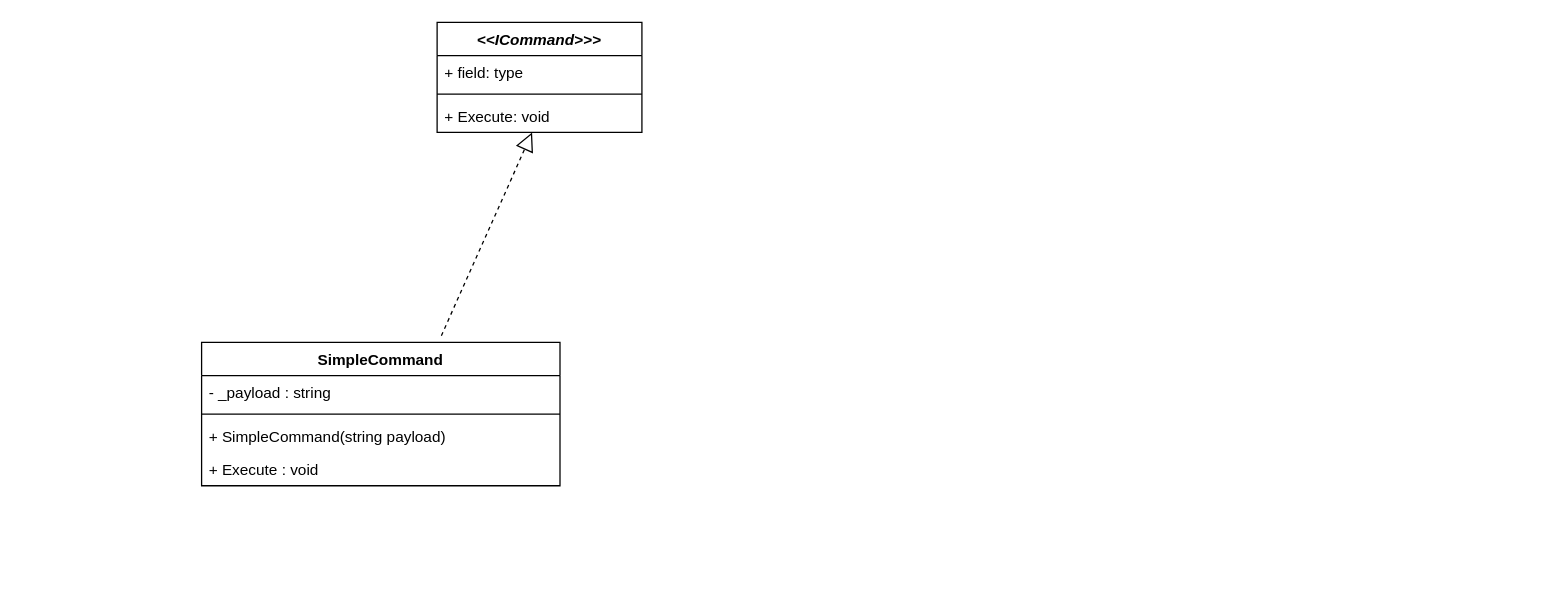
This is Command.drawio from QAQSly/QAQSly, a draw.io file, before an edit. Source tidied: cells renumbered, new cells numbered last; positions are measured from the earlier drawing's top-left corner, leaving out a move shared by most shapes. Both pictures are drawn from the tidied source at 128%, with x=0, y=0 at pixel (201, 22).
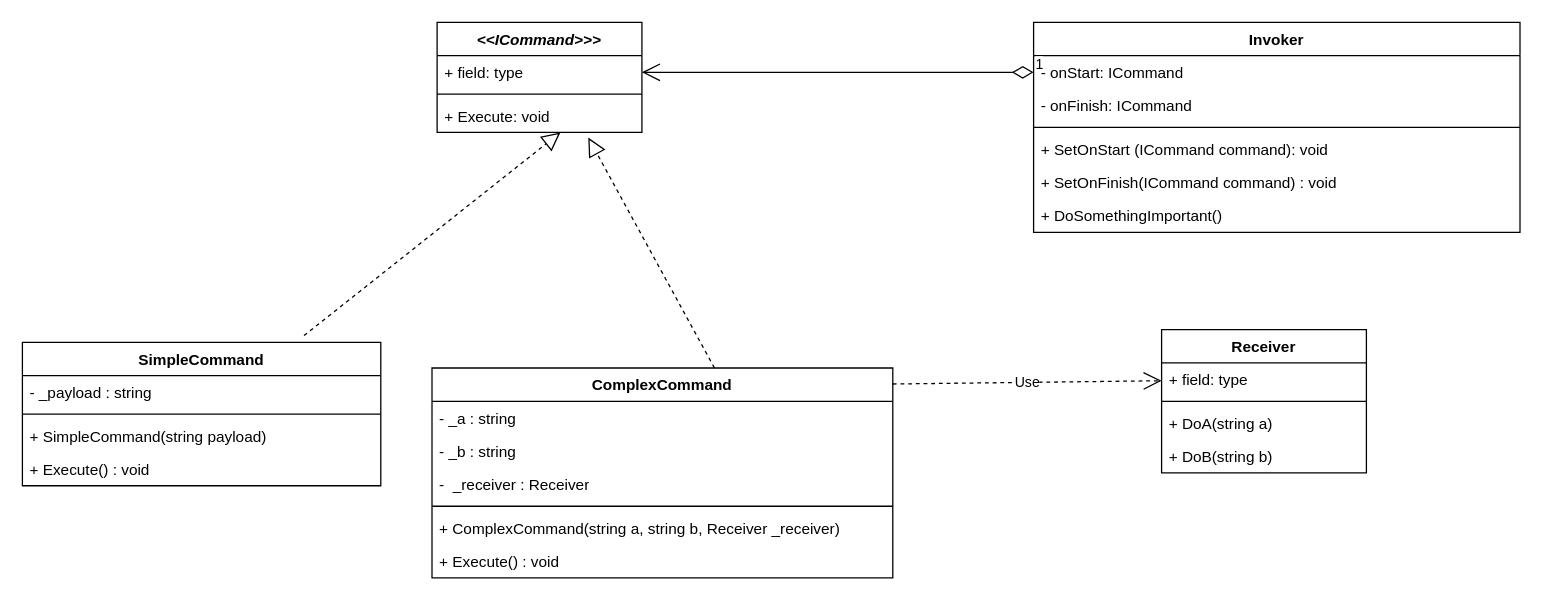
The same page after the edit.

Unchanged cells that the change refers to:
```xml
<mxCell id="3" value="+ field: type" style="text;strokeColor=none;fillColor=none;align=left;verticalAlign=top;spacingLeft=4;spacingRight=4;overflow=hidden;points=[[0,0.5],[1,0.5]];portConstraint=eastwest;whiteSpace=wrap;html=1;" parent="2" vertex="1">
  <mxGeometry y="26" width="160" height="26" as="geometry" />
</mxCell>
<mxCell id="5" value="+ Execute: void" style="text;strokeColor=none;fillColor=none;align=left;verticalAlign=top;spacingLeft=4;spacingRight=4;overflow=hidden;points=[[0,0.5],[1,0.5]];portConstraint=eastwest;whiteSpace=wrap;html=1;" parent="2" vertex="1">
  <mxGeometry y="60" width="160" height="26" as="geometry" />
</mxCell>
```

Diff of the diagram source:
```diff
@@
     <mxCell id="6" value="SimpleCommand&lt;div&gt;&lt;br&gt;&lt;/div&gt;" style="swimlane;fontStyle=1;align=center;verticalAlign=top;horizontal=1;startSize=26;whiteSpace=wrap;html=1;" parent="1" vertex="1">
-      <mxGeometry y="250" width="280" height="112" as="geometry" />
+      <mxGeometry x="-140" y="250" width="280" height="112" as="geometry" />
     </mxCell>
@@
-    <mxCell id="10" value="+ Execute : void" style="text;strokeColor=none;fillColor=none;align=left;verticalAlign=top;spacingLeft=4;spacingRight=4;overflow=hidden;whiteSpace=wrap;html=1;" parent="6" vertex="1">
+    <mxCell id="10" value="+ Execute() : void" style="text;strokeColor=none;fillColor=none;align=left;verticalAlign=top;spacingLeft=4;spacingRight=4;overflow=hidden;whiteSpace=wrap;html=1;" parent="6" vertex="1">
       <mxGeometry y="86" width="280" height="26" as="geometry" />
     </mxCell>
-    <mxCell id="11" style="endArrow=block;dashed=1;endFill=0;endSize=12;html=1;rounded=0;exitX=0.669;exitY=-0.047;exitDx=0;exitDy=0;exitPerimeter=0;" parent="1" edge="1" source="6" target="5">
-      <mxGeometry relative="1" as="geometry" />
+    <mxCell id="11" style="endArrow=block;dashed=1;endFill=0;endSize=12;html=1;rounded=0;exitX=0.669;exitY=-0.047;exitDx=0;exitDy=0;exitPerimeter=0;" parent="1" edge="1">
+      <mxGeometry relative="1" as="geometry">
+        <mxPoint x="80" y="244.7" as="sourcePoint" />
+        <mxPoint x="280.3" y="86" as="targetPoint" />
+      </mxGeometry>
     </mxCell>
+    <mxCell id="12" value="ComplexCommand" style="swimlane;fontStyle=1;align=center;verticalAlign=top;horizontal=1;startSize=26;whiteSpace=wrap;html=1;" parent="1" vertex="1">
+      <mxGeometry x="180" y="270" width="360" height="164" as="geometry" />
+    </mxCell>
+    <mxCell id="13" value="- _a : string" style="text;strokeColor=none;fillColor=none;align=left;verticalAlign=top;spacingLeft=4;spacingRight=4;overflow=hidden;whiteSpace=wrap;html=1;" parent="12" vertex="1">
+      <mxGeometry y="26" width="360" height="26" as="geometry" />
+    </mxCell>
+    <mxCell id="14" value="- _b : string" style="text;strokeColor=none;fillColor=none;align=left;verticalAlign=top;spacingLeft=4;spacingRight=4;overflow=hidden;whiteSpace=wrap;html=1;" parent="12" vertex="1">
+      <mxGeometry y="52" width="360" height="26" as="geometry" />
+    </mxCell>
+    <mxCell id="15" value="-&amp;nbsp; _receiver : Receiver" style="text;strokeColor=none;fillColor=none;align=left;verticalAlign=top;spacingLeft=4;spacingRight=4;overflow=hidden;whiteSpace=wrap;html=1;" parent="12" vertex="1">
+      <mxGeometry y="78" width="360" height="26" as="geometry" />
+    </mxCell>
+    <mxCell id="16" style="line;strokeWidth=1;fillColor=none;align=left;verticalAlign=middle;spacingTop=-1;spacingLeft=3;spacingRight=3;labelPosition=right;strokeColor=inherit;" parent="12" vertex="1">
+      <mxGeometry y="104" width="360" height="8" as="geometry" />
+    </mxCell>
+    <mxCell id="17" value="+ ComplexCommand(string a, string b, Receiver _receiver)" style="text;strokeColor=none;fillColor=none;align=left;verticalAlign=top;spacingLeft=4;spacingRight=4;overflow=hidden;whiteSpace=wrap;html=1;" parent="12" vertex="1">
+      <mxGeometry y="112" width="360" height="26" as="geometry" />
+    </mxCell>
+    <mxCell id="18" value="+ Execute() : void" style="text;strokeColor=none;fillColor=none;align=left;verticalAlign=top;spacingLeft=4;spacingRight=4;overflow=hidden;whiteSpace=wrap;html=1;" parent="12" vertex="1">
+      <mxGeometry y="138" width="360" height="26" as="geometry" />
+    </mxCell>
+    <mxCell id="19" style="endArrow=block;dashed=1;endFill=0;endSize=12;html=1;rounded=0;exitX=0.613;exitY=0;exitDx=0;exitDy=0;exitPerimeter=0;entryX=0.738;entryY=1.154;entryDx=0;entryDy=0;entryPerimeter=0;" parent="1" edge="1" source="12" target="5">
+      <mxGeometry relative="1" as="geometry" />
+    </mxCell>
+    <mxCell id="20" value="Receiver" style="swimlane;fontStyle=1;align=center;verticalAlign=top;horizontal=1;startSize=26;whiteSpace=wrap;html=1;" parent="1" vertex="1">
+      <mxGeometry x="750" y="240" width="160" height="112" as="geometry" />
+    </mxCell>
+    <mxCell id="21" value="+ field: type" style="text;strokeColor=none;fillColor=none;align=left;verticalAlign=top;spacingLeft=4;spacingRight=4;overflow=hidden;points=[[0,0.5],[1,0.5]];portConstraint=eastwest;whiteSpace=wrap;html=1;" parent="20" vertex="1">
+      <mxGeometry y="26" width="160" height="26" as="geometry" />
+    </mxCell>
+    <mxCell id="22" style="line;strokeWidth=1;fillColor=none;align=left;verticalAlign=middle;spacingTop=-1;spacingLeft=3;spacingRight=3;labelPosition=right;strokeColor=inherit;" parent="20" vertex="1">
+      <mxGeometry y="52" width="160" height="8" as="geometry" />
+    </mxCell>
+    <mxCell id="23" value="+ DoA(string a)" style="text;strokeColor=none;fillColor=none;align=left;verticalAlign=top;spacingLeft=4;spacingRight=4;overflow=hidden;whiteSpace=wrap;html=1;" parent="20" vertex="1">
+      <mxGeometry y="60" width="160" height="26" as="geometry" />
+    </mxCell>
+    <mxCell id="24" value="+ DoB(string b)" style="text;strokeColor=none;fillColor=none;align=left;verticalAlign=top;spacingLeft=4;spacingRight=4;overflow=hidden;whiteSpace=wrap;html=1;" parent="20" vertex="1">
+      <mxGeometry y="86" width="160" height="26" as="geometry" />
+    </mxCell>
+    <mxCell id="25" value="Use" style="endArrow=open;endSize=12;dashed=1;html=1;rounded=0;" parent="1" edge="1" target="21">
+      <mxGeometry relative="1" as="geometry">
+        <mxPoint x="540" y="282.5" as="sourcePoint" />
+      </mxGeometry>
+    </mxCell>
+    <mxCell id="26" value="Invoker" style="swimlane;fontStyle=1;align=center;verticalAlign=top;horizontal=1;startSize=26;whiteSpace=wrap;html=1;" parent="1" vertex="1">
+      <mxGeometry x="650" width="380" height="164" as="geometry" />
+    </mxCell>
+    <mxCell id="27" value="- onStart: ICommand" style="text;strokeColor=none;fillColor=none;align=left;verticalAlign=top;spacingLeft=4;spacingRight=4;overflow=hidden;points=[[0,0.5],[1,0.5]];portConstraint=eastwest;whiteSpace=wrap;html=1;" parent="26" vertex="1">
+      <mxGeometry y="26" width="380" height="26" as="geometry" />
+    </mxCell>
+    <mxCell id="28" value="- onFinish: ICommand" style="text;strokeColor=none;fillColor=none;align=left;verticalAlign=top;spacingLeft=4;spacingRight=4;overflow=hidden;whiteSpace=wrap;html=1;" parent="26" vertex="1">
+      <mxGeometry y="52" width="380" height="26" as="geometry" />
+    </mxCell>
+    <mxCell id="29" style="line;strokeWidth=1;fillColor=none;align=left;verticalAlign=middle;spacingTop=-1;spacingLeft=3;spacingRight=3;labelPosition=right;strokeColor=inherit;" parent="26" vertex="1">
+      <mxGeometry y="78" width="380" height="8" as="geometry" />
+    </mxCell>
+    <mxCell id="30" value="+ SetOnStart (ICommand command): void" style="text;strokeColor=none;fillColor=none;align=left;verticalAlign=top;spacingLeft=4;spacingRight=4;overflow=hidden;whiteSpace=wrap;html=1;" parent="26" vertex="1">
+      <mxGeometry y="86" width="380" height="26" as="geometry" />
+    </mxCell>
+    <mxCell id="31" value="+ SetOnFinish(ICommand command) : void" style="text;strokeColor=none;fillColor=none;align=left;verticalAlign=top;spacingLeft=4;spacingRight=4;overflow=hidden;whiteSpace=wrap;html=1;" parent="26" vertex="1">
+      <mxGeometry y="112" width="380" height="26" as="geometry" />
+    </mxCell>
+    <mxCell id="32" value="+ DoSomethingImportant()" style="text;strokeColor=none;fillColor=none;align=left;verticalAlign=top;spacingLeft=4;spacingRight=4;overflow=hidden;whiteSpace=wrap;html=1;" parent="26" vertex="1">
+      <mxGeometry y="138" width="380" height="26" as="geometry" />
+    </mxCell>
+    <mxCell id="33" value="1" style="endArrow=open;html=1;endSize=12;startArrow=diamondThin;startSize=14;startFill=0;edgeStyle=orthogonalEdgeStyle;align=left;verticalAlign=bottom;rounded=0;exitX=0;exitY=0.5;exitDx=0;exitDy=0;entryX=1;entryY=0.5;entryDx=0;entryDy=0;" parent="1" edge="1" source="27" target="3">
+      <mxGeometry x="-1" y="3" relative="1" as="geometry" />
+    </mxCell>
```
